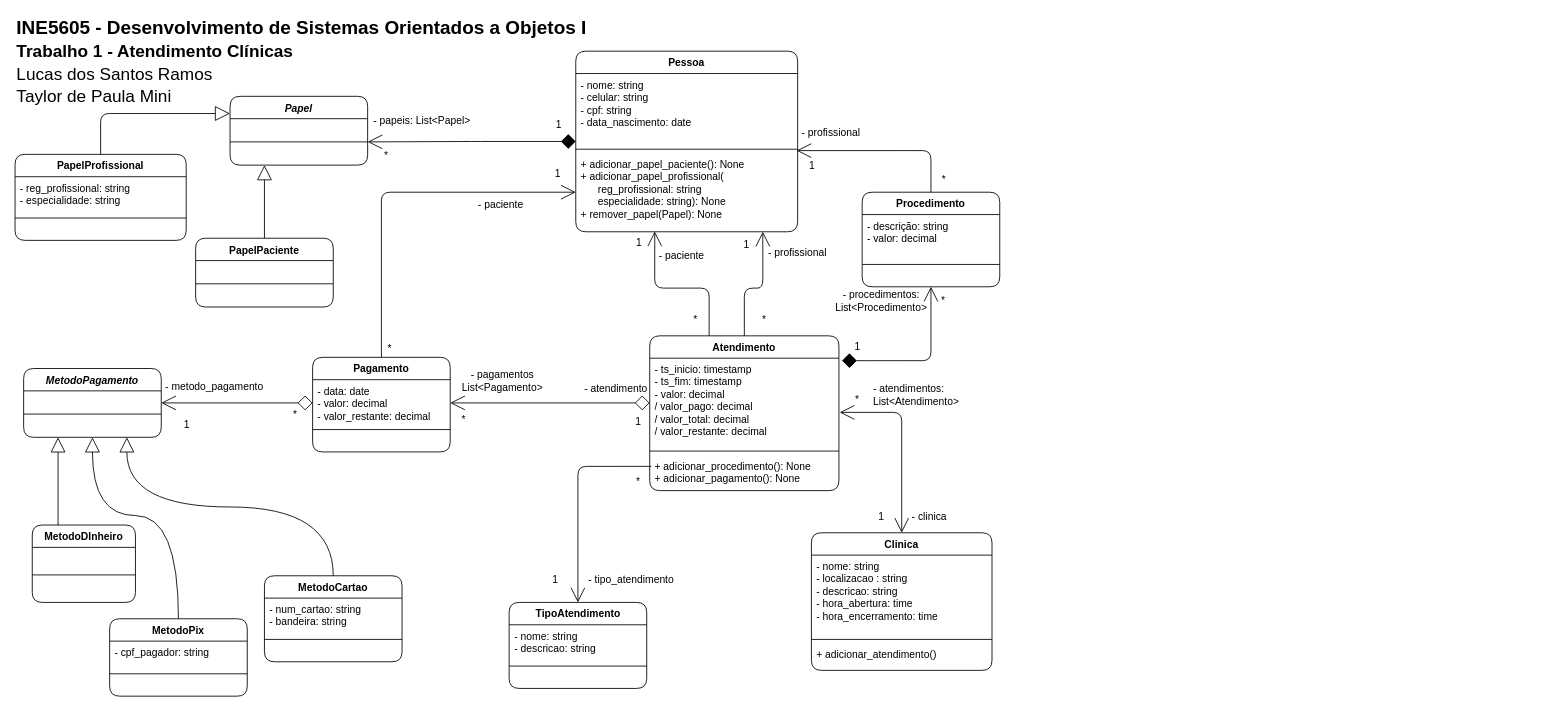
ramoslucas-lr/ine5605-gerenciador-clinicas keeps this draw.io diagram as docs/Diagrama Clinica UML.drawio. Above is the earlier version. Source tidied: cells renumbered, new cells numbered last; positions are measured from the earlier drawing's top-left corner, leaving out a move shared by most shapes. Both pictures are drawn from the tidied source at 86%, with x=0, y=0 at pixel (15, 15).
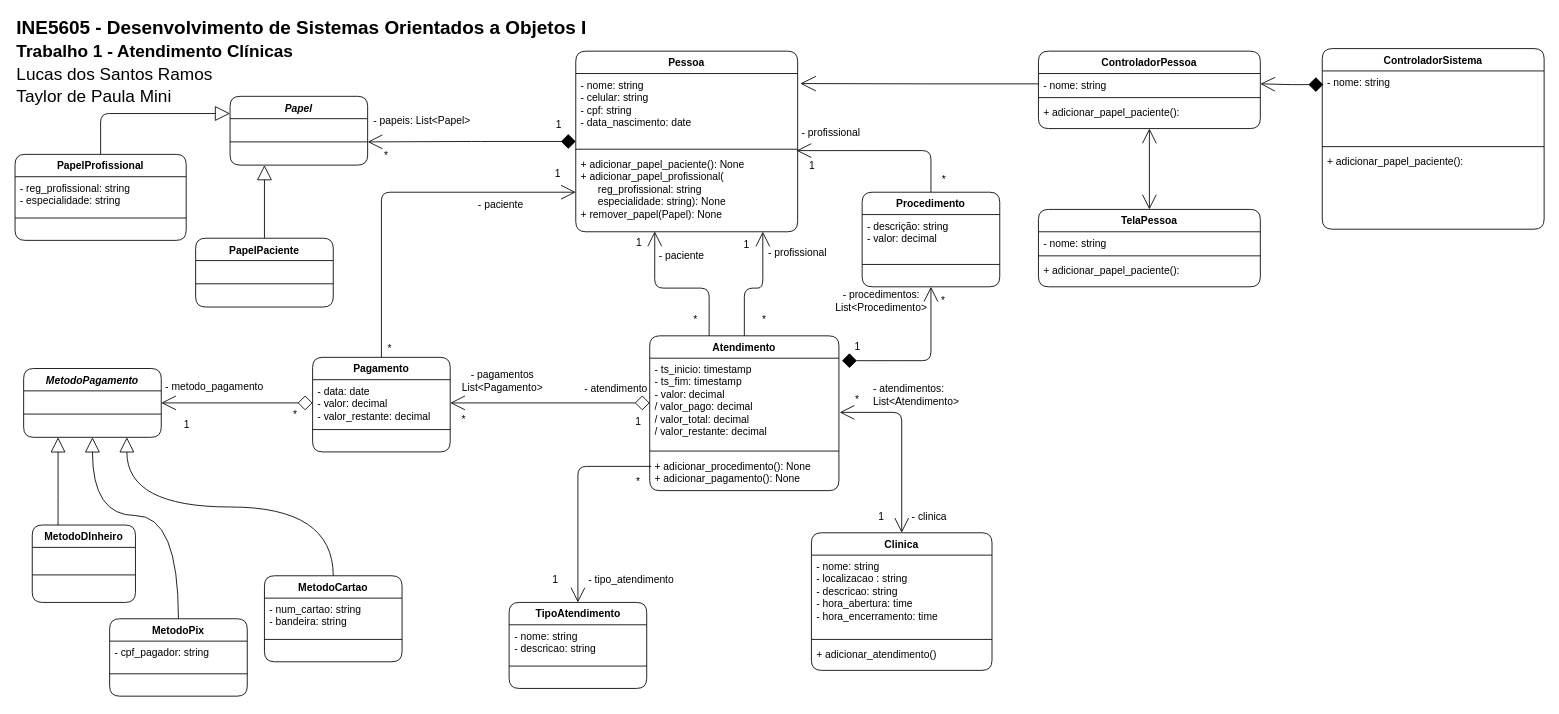
The same page after the edit.

Commit message:
feat: update UML diagram with new ControladorSistema and TelaPessoa entities

The change refers to these unchanged cells:
```xml
<mxCell id="9" value="- nome: string&lt;div&gt;- celular: string&lt;/div&gt;&lt;div&gt;- cpf: string&lt;/div&gt;&lt;div&gt;- data_nascimento: date&lt;/div&gt;" style="text;strokeColor=none;fillColor=none;align=left;verticalAlign=top;spacingLeft=4;spacingRight=4;overflow=hidden;points=[[0,0.5],[1,0.5]];portConstraint=eastwest;whiteSpace=wrap;html=1;rounded=1;" parent="8" vertex="1">
  <mxGeometry y="26" width="258" height="84" as="geometry" />
</mxCell>
```

The edit, as a diff of the source:
```diff
@@
+    <mxCell id="94" value="ControladorSistema" style="swimlane;fontStyle=1;align=center;verticalAlign=top;horizontal=1;startSize=26;whiteSpace=wrap;html=1;rounded=1;" parent="1" vertex="1">
+      <mxGeometry x="1520" y="39" width="258" height="210" as="geometry" />
+    </mxCell>
+    <mxCell id="95" value="- nome: string" style="text;strokeColor=none;fillColor=none;align=left;verticalAlign=top;spacingLeft=4;spacingRight=4;overflow=hidden;points=[[0,0.5],[1,0.5]];portConstraint=eastwest;whiteSpace=wrap;html=1;rounded=1;" parent="94" vertex="1">
+      <mxGeometry y="26" width="258" height="84" as="geometry" />
+    </mxCell>
+    <mxCell id="96" style="line;strokeWidth=1;fillColor=none;align=left;verticalAlign=middle;spacingTop=-1;spacingLeft=3;spacingRight=3;labelPosition=right;strokeColor=inherit;rounded=1;" parent="94" vertex="1">
+      <mxGeometry y="110" width="258" height="8" as="geometry" />
+    </mxCell>
+    <mxCell id="97" value="+ adicionar_papel_paciente():&amp;nbsp;" style="text;strokeColor=none;fillColor=none;align=left;verticalAlign=top;spacingLeft=4;spacingRight=4;overflow=hidden;whiteSpace=wrap;html=1;rounded=1;" parent="94" vertex="1">
+      <mxGeometry y="118" width="258" height="92" as="geometry" />
+    </mxCell>
+    <mxCell id="98" style="edgeStyle=orthogonalEdgeStyle;rounded=0;jettySize=auto;html=1;entryX=0.5;entryY=0;entryDx=0;entryDy=0;startArrow=open;startFill=0;endArrow=open;endFill=0;startSize=15;endSize=15;" parent="1" edge="1" source="99" target="105">
+      <mxGeometry relative="1" as="geometry" />
+    </mxCell>
+    <mxCell id="99" value="ControladorPessoa" style="swimlane;fontStyle=1;align=center;verticalAlign=top;horizontal=1;startSize=26;whiteSpace=wrap;html=1;rounded=1;" parent="1" vertex="1">
+      <mxGeometry x="1190" y="42" width="258" height="90" as="geometry" />
+    </mxCell>
+    <mxCell id="100" value="- nome: string" style="text;strokeColor=none;fillColor=none;align=left;verticalAlign=top;spacingLeft=4;spacingRight=4;overflow=hidden;points=[[0,0.5],[1,0.5]];portConstraint=eastwest;whiteSpace=wrap;html=1;rounded=1;" parent="99" vertex="1">
+      <mxGeometry y="26" width="258" height="24" as="geometry" />
+    </mxCell>
+    <mxCell id="101" style="line;strokeWidth=1;fillColor=none;align=left;verticalAlign=middle;spacingTop=-1;spacingLeft=3;spacingRight=3;labelPosition=right;strokeColor=inherit;rounded=1;" parent="99" vertex="1">
+      <mxGeometry y="50" width="258" height="8" as="geometry" />
+    </mxCell>
+    <mxCell id="102" value="+ adicionar_papel_paciente():&amp;nbsp;" style="text;strokeColor=none;fillColor=none;align=left;verticalAlign=top;spacingLeft=4;spacingRight=4;overflow=hidden;whiteSpace=wrap;html=1;rounded=1;" parent="99" vertex="1">
+      <mxGeometry y="58" width="258" height="32" as="geometry" />
+    </mxCell>
+    <mxCell id="103" style="edgeStyle=orthogonalEdgeStyle;rounded=0;jettySize=auto;html=1;exitX=0.005;exitY=0.189;exitDx=0;exitDy=0;entryX=1;entryY=0.5;entryDx=0;entryDy=0;endArrow=open;endFill=0;startArrow=diamond;startFill=1;startSize=15;endSize=15;exitPerimeter=0;" parent="1" edge="1" source="95" target="100">
+      <mxGeometry relative="1" as="geometry" />
+    </mxCell>
+    <mxCell id="104" style="edgeStyle=orthogonalEdgeStyle;rounded=0;jettySize=auto;html=1;exitX=0;exitY=0.5;exitDx=0;exitDy=0;entryX=1.012;entryY=0.139;entryDx=0;entryDy=0;entryPerimeter=0;endArrow=open;endFill=0;endSize=16;" parent="1" edge="1" source="100" target="9">
+      <mxGeometry relative="1" as="geometry" />
+    </mxCell>
+    <mxCell id="105" value="TelaPessoa" style="swimlane;fontStyle=1;align=center;verticalAlign=top;horizontal=1;startSize=26;whiteSpace=wrap;html=1;rounded=1;" parent="1" vertex="1">
+      <mxGeometry x="1190" y="226" width="258" height="90" as="geometry" />
+    </mxCell>
+    <mxCell id="106" value="- nome: string" style="text;strokeColor=none;fillColor=none;align=left;verticalAlign=top;spacingLeft=4;spacingRight=4;overflow=hidden;whiteSpace=wrap;html=1;rounded=1;" parent="105" vertex="1">
+      <mxGeometry y="26" width="258" height="24" as="geometry" />
+    </mxCell>
+    <mxCell id="107" style="line;strokeWidth=1;fillColor=none;align=left;verticalAlign=middle;spacingTop=-1;spacingLeft=3;spacingRight=3;labelPosition=right;strokeColor=inherit;rounded=1;" parent="105" vertex="1">
+      <mxGeometry y="50" width="258" height="8" as="geometry" />
+    </mxCell>
+    <mxCell id="108" value="+ adicionar_papel_paciente():&amp;nbsp;" style="text;strokeColor=none;fillColor=none;align=left;verticalAlign=top;spacingLeft=4;spacingRight=4;overflow=hidden;whiteSpace=wrap;html=1;rounded=1;" parent="105" vertex="1">
+      <mxGeometry y="58" width="258" height="32" as="geometry" />
+    </mxCell>
```
